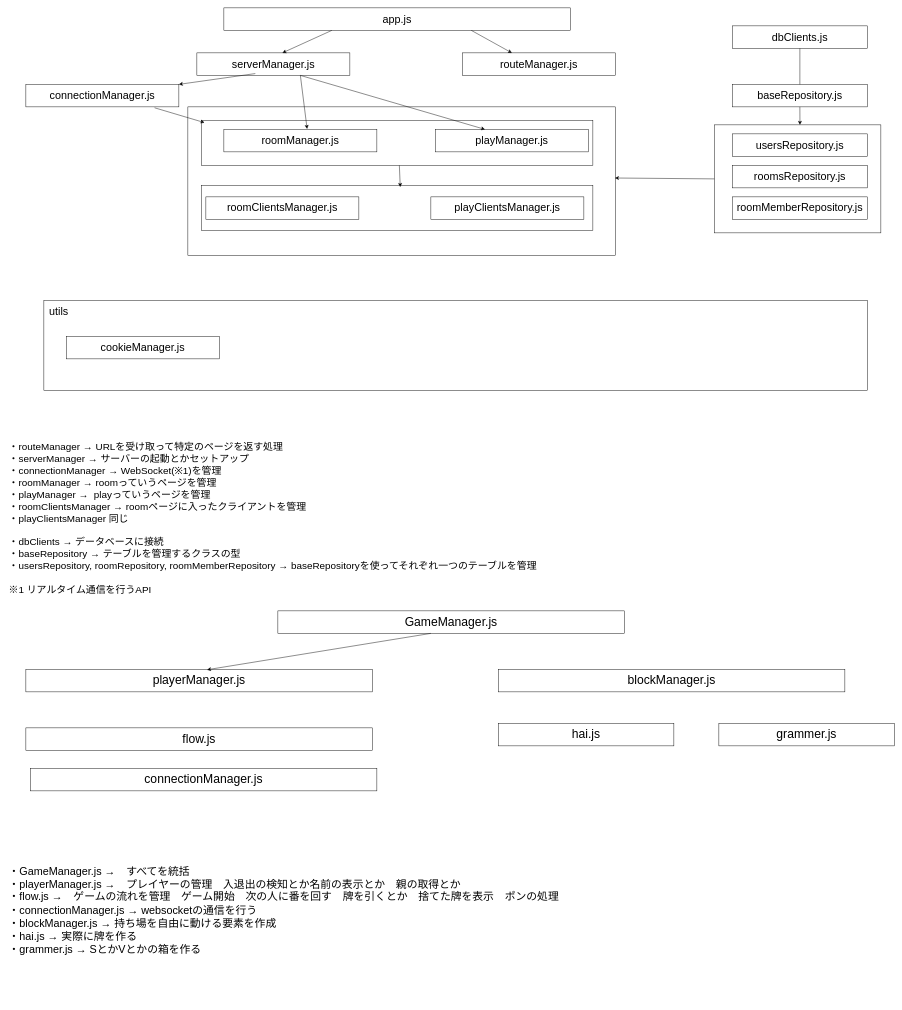
kyougi-kai/Mahjongrammer keeps this draw.io diagram as プログラム.drawio. Above is the earlier version. Source tidied: cells renumbered, new cells numbered last; positions are measured from the earlier drawing's top-left corner, leaving out a move shared by most shapes. Both pictures are drawn from the tidied source at 45%, with x=0, y=0 at pixel (8, 8).
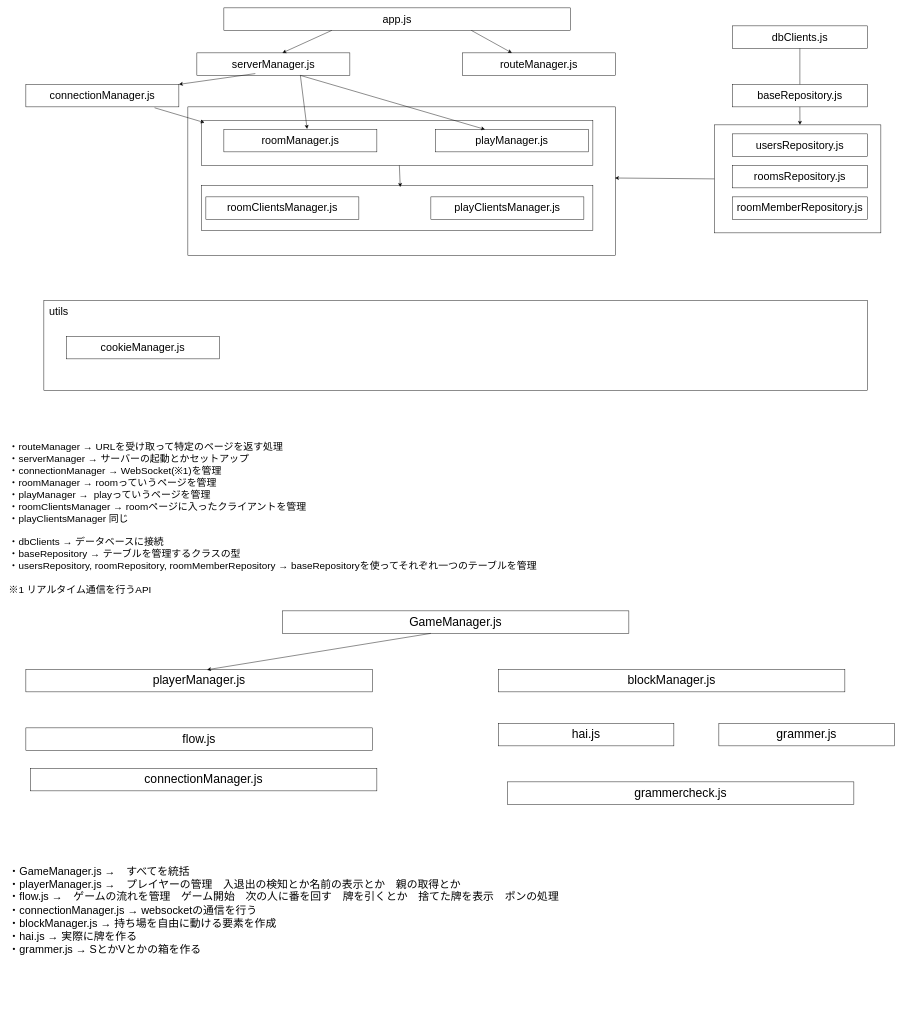
After the change.

Commit message (it also covers changes not shown here):
デバッグ楽になった　部屋の入退出処理完成

The edit, as a diff of the source:
```diff
@@
     <mxCell id="33" value="&lt;font style=&quot;font-size: 27px;&quot;&gt;GameManager.js&lt;/font&gt;" style="rounded=0;whiteSpace=wrap;html=1;" parent="1" vertex="1">
-      <mxGeometry x="600" y="1340" width="770" height="50" as="geometry" />
+      <mxGeometry x="610" y="1340" width="770" height="50" as="geometry" />
     </mxCell>
@@
+    <mxCell id="42" value="&lt;font style=&quot;font-size: 27px;&quot;&gt;grammercheck.js&lt;/font&gt;" style="rounded=0;whiteSpace=wrap;html=1;" parent="1" vertex="1">
+      <mxGeometry x="1110" y="1720" width="770" height="50" as="geometry" />
+    </mxCell>
```
